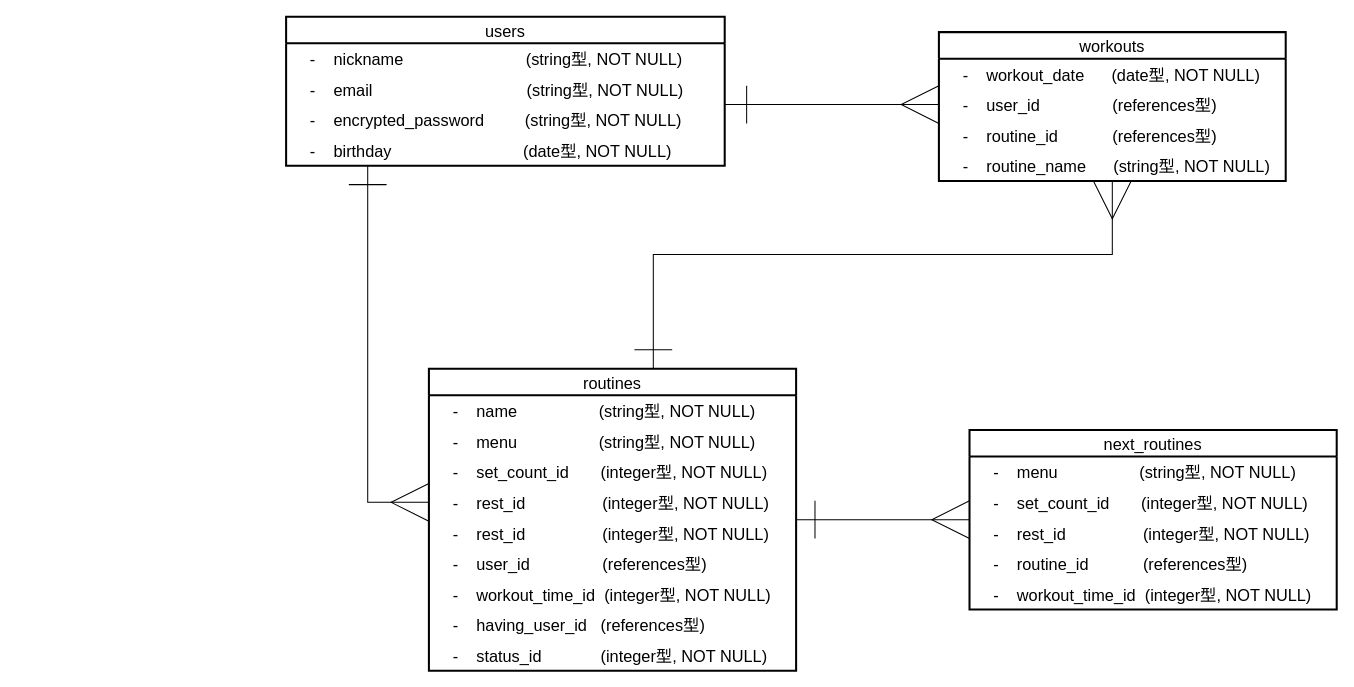
Before: ERgraph.dio in Morlley/muscle-time-keeper, a draw.io diagram. Source tidied: cells renumbered, new cells numbered last; positions are measured from the earlier drawing's top-left corner, leaving out a move shared by most shapes. Both pictures are drawn from the tidied source at 102%, with x=0, y=0 at pixel (286, 16).
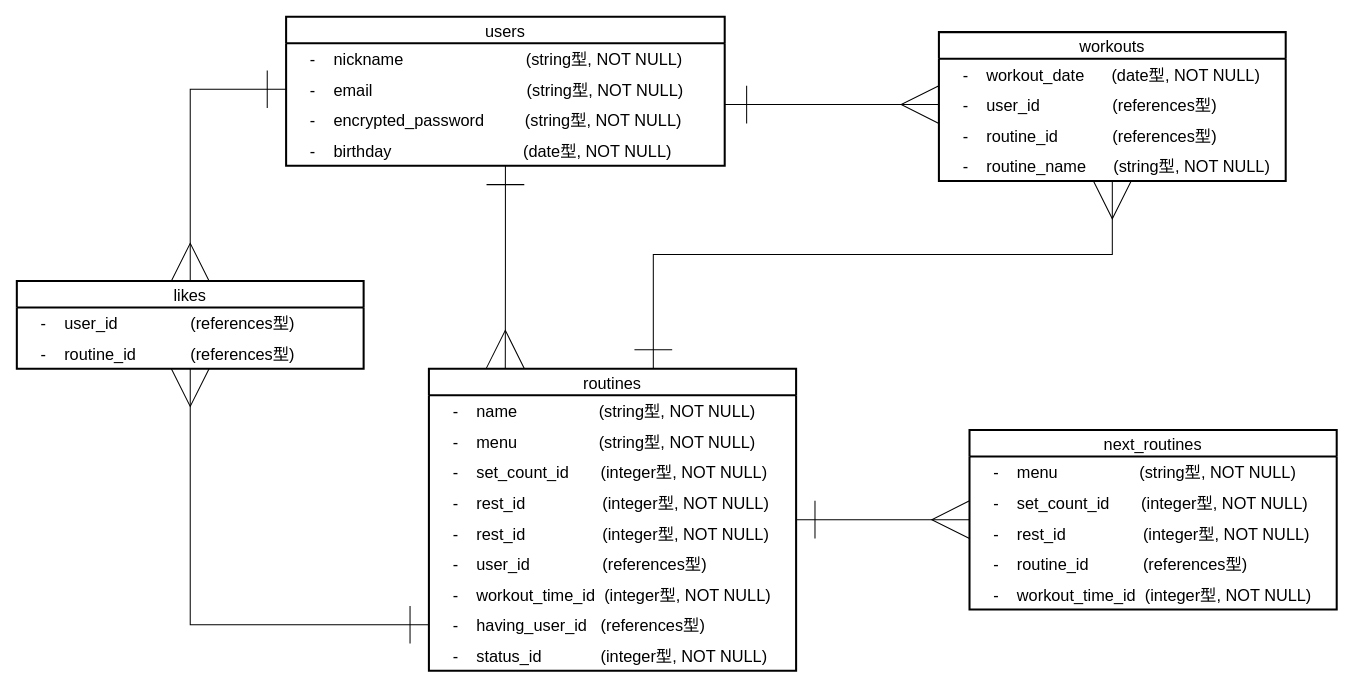
The same page after the edit.

Commit message (it also covers changes not shown here):
README及びER図の編集（likesテーブルの情報）

Unchanged cells that the change refers to:
```xml
<mxCell id="2" value="users" style="swimlane;fontStyle=0;horizontal=1;startSize=26;align=center;fontSize=16;strokeWidth=2;" parent="1" vertex="1">
  <mxGeometry width="430" height="146" as="geometry" />
</mxCell>
<mxCell id="4" value="    -    email                                  (string型, NOT NULL)" style="text;strokeColor=none;fillColor=none;spacingLeft=4;spacingRight=4;overflow=hidden;points=[[0,0.5],[1,0.5]];portConstraint=eastwest;fontSize=16;strokeWidth=2;" parent="2" vertex="1">
  <mxGeometry y="56" width="430" height="30" as="geometry" />
</mxCell>
<mxCell id="14" value="routines" style="swimlane;fontStyle=0;horizontal=1;startSize=26;align=center;fontSize=16;strokeWidth=2;" parent="1" vertex="1">
  <mxGeometry x="140" y="345" width="360" height="296" as="geometry" />
</mxCell>
<mxCell id="18" value="    -    rest_id                 (integer型, NOT NULL)" style="text;strokeColor=none;fillColor=none;spacingLeft=4;spacingRight=4;overflow=hidden;points=[[0,0.5],[1,0.5]];portConstraint=eastwest;fontSize=16;strokeWidth=2;" parent="14" vertex="1">
  <mxGeometry y="116" width="360" height="30" as="geometry" />
</mxCell>
<mxCell id="22" value="    -    having_user_id   (references型)" style="text;strokeColor=none;fillColor=none;spacingLeft=4;spacingRight=4;overflow=hidden;points=[[0,0.5],[1,0.5]];portConstraint=eastwest;fontSize=16;strokeWidth=2;" parent="14" vertex="1">
  <mxGeometry y="236" width="360" height="30" as="geometry" />
</mxCell>
```

Diff of the diagram source:
```diff
@@
+    <mxCell id="32" style="edgeStyle=orthogonalEdgeStyle;rounded=0;jettySize=auto;html=1;exitX=0.5;exitY=1;exitDx=0;exitDy=0;entryX=0.208;entryY=-0.002;entryDx=0;entryDy=0;entryPerimeter=0;startArrow=ERone;startFill=0;endArrow=ERmany;endFill=0;startSize=35;endSize=35;" parent="1" edge="1" source="2" target="14">
+      <mxGeometry relative="1" as="geometry" />
+    </mxCell>
@@
-    <mxCell id="13" style="edgeStyle=orthogonalEdgeStyle;rounded=0;jettySize=auto;html=1;fontSize=16;endArrow=ERone;endFill=0;startArrow=ERmany;startFill=0;targetPerimeterSpacing=0;endSize=35;startSize=35;exitX=0;exitY=0.5;exitDx=0;exitDy=0;" parent="1" edge="1" source="18">
-      <mxGeometry relative="1" as="geometry">
-        <mxPoint x="80" y="146" as="targetPoint" />
-        <Array as="points">
-          <mxPoint x="80" y="476" />
-        </Array>
-      </mxGeometry>
-    </mxCell>
@@
+    <mxCell id="33" value="likes" style="swimlane;fontStyle=0;horizontal=1;startSize=26;align=center;fontSize=16;strokeWidth=2;" parent="1" vertex="1">
+      <mxGeometry x="-264" y="259" width="340" height="86" as="geometry" />
+    </mxCell>
+    <mxCell id="34" value="    -    user_id                (references型)" style="text;strokeColor=none;fillColor=none;spacingLeft=4;spacingRight=4;overflow=hidden;fontSize=16;strokeWidth=2;" parent="33" vertex="1">
+      <mxGeometry y="26" width="340" height="30" as="geometry" />
+    </mxCell>
+    <mxCell id="35" value="    -    routine_id            (references型)" style="text;strokeColor=none;fillColor=none;spacingLeft=4;spacingRight=4;overflow=hidden;fontSize=16;strokeWidth=2;" parent="33" vertex="1">
+      <mxGeometry y="56" width="340" height="30" as="geometry" />
+    </mxCell>
+    <mxCell id="36" style="edgeStyle=orthogonalEdgeStyle;rounded=0;jettySize=auto;html=1;exitX=0;exitY=0.5;exitDx=0;exitDy=0;entryX=0.5;entryY=0;entryDx=0;entryDy=0;startArrow=ERone;startFill=0;endArrow=ERmany;endFill=0;endSize=35;startSize=35;" parent="1" edge="1" source="4" target="33">
+      <mxGeometry relative="1" as="geometry" />
+    </mxCell>
+    <mxCell id="37" style="edgeStyle=orthogonalEdgeStyle;rounded=0;jettySize=auto;html=1;exitX=0;exitY=0.5;exitDx=0;exitDy=0;entryX=0.5;entryY=1;entryDx=0;entryDy=0;startArrow=ERone;startFill=0;endArrow=ERmany;endFill=0;startSize=35;endSize=35;" parent="1" edge="1" source="22" target="33">
+      <mxGeometry relative="1" as="geometry" />
+    </mxCell>
```
